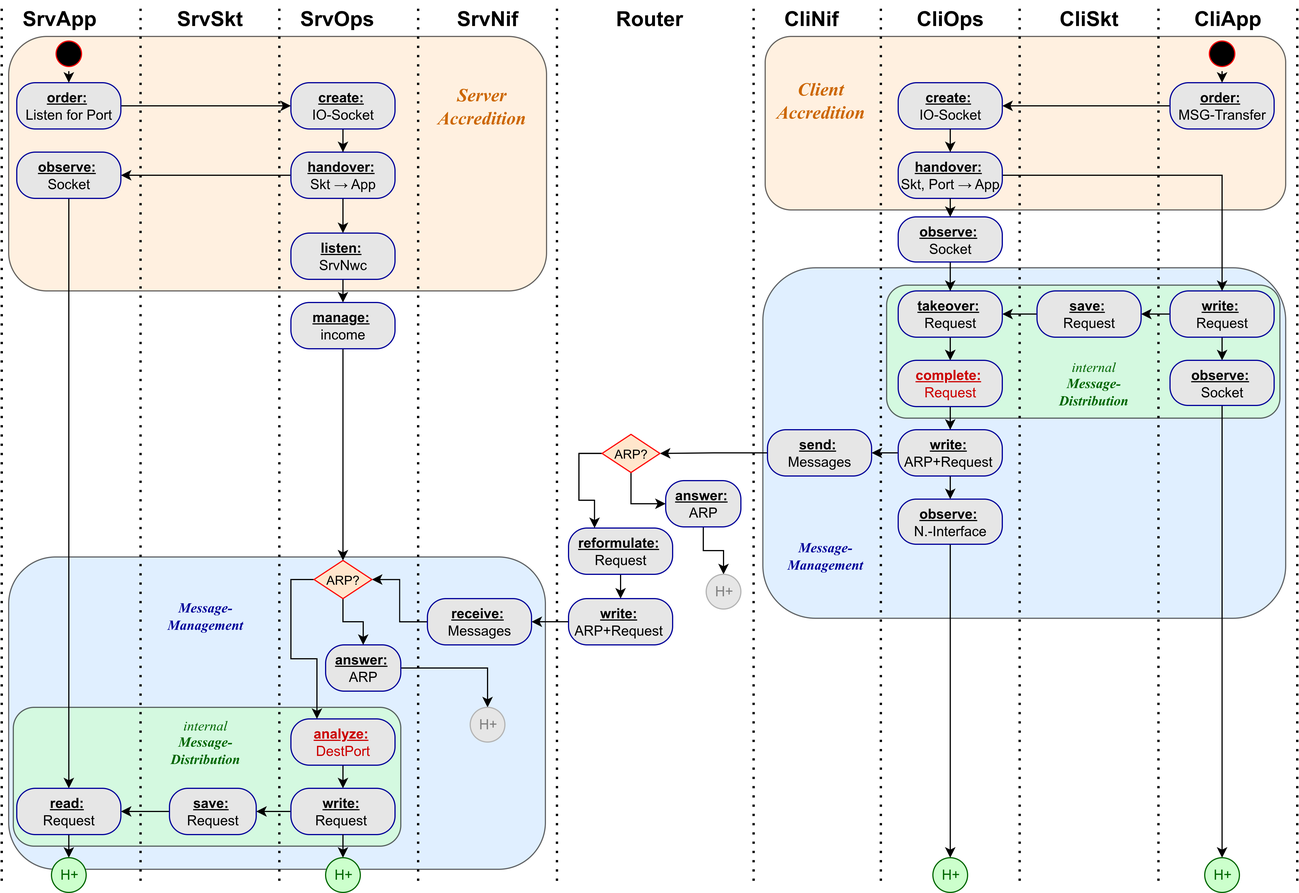
The draw.io diagram sources/lf.09/img.lf/ports-sockets-request-activity.png in protirone/protico.ltx, before a commit. Source tidied: cells renumbered, new cells last; positions are measured from the earlier drawing's top-left corner, leaving out a move shared by most shapes.
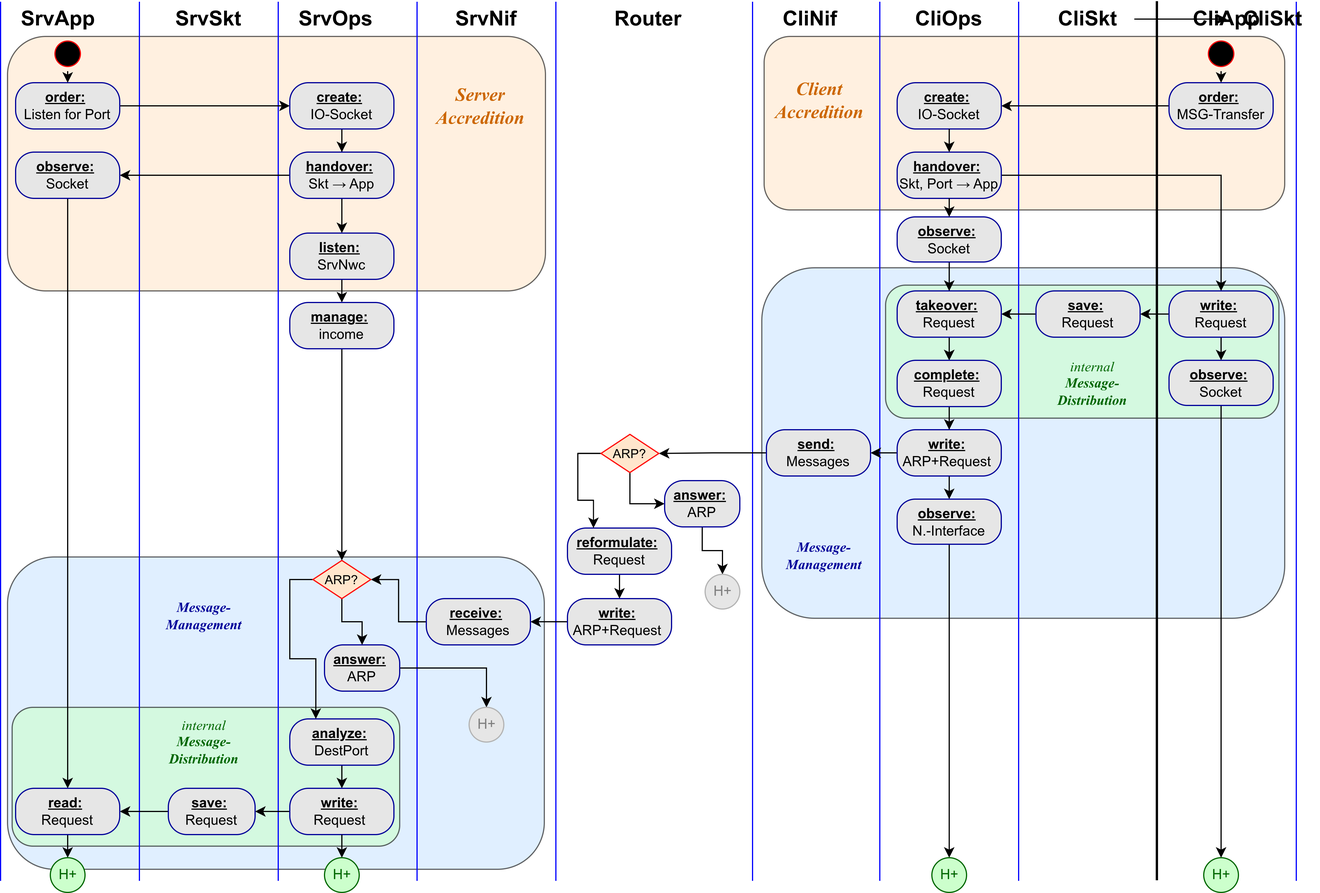
Above is the later version.

Change to the diagram source:
```diff
@@ -20,7 +20,7 @@
     <mxCell id="7" style="rounded=1;whiteSpace=wrap;html=1;fillColor=#FFE6CC;opacity=60;" parent="1" vertex="1">
       <mxGeometry x="6" y="30" width="465" height="220" as="geometry" />
     </mxCell>
-    <mxCell id="8" style="endArrow=none;dashed=1;html=1;dashPattern=1 3;strokeWidth=2;rounded=0;" parent="1" edge="1">
+    <mxCell id="8" style="endArrow=none;html=1;strokeWidth=1;rounded=0;strokeColor=#0000FF;" parent="1" edge="1">
       <mxGeometry relative="1" as="geometry">
         <mxPoint y="760" as="sourcePoint" />
         <mxPoint as="targetPoint" />
@@ -50,46 +50,49 @@
     <mxCell id="16" value="&lt;b&gt;&lt;font style=&quot;font-size: 18px;&quot;&gt;CliApp&lt;/font&gt;&lt;/b&gt;" style="text;html=1;align=center;verticalAlign=middle;whiteSpace=wrap;rounded=0;" parent="1" vertex="1">
       <mxGeometry x="1020" width="80" height="30" as="geometry" />
     </mxCell>
+    <mxCell id="111" style="edgeStyle=orthogonalEdgeStyle;rounded=0;jettySize=auto;html=1;" parent="1" edge="1" source="17" target="112">
+      <mxGeometry relative="1" as="geometry" />
+    </mxCell>
     <mxCell id="17" value="&lt;b&gt;&lt;font style=&quot;font-size: 18px;&quot;&gt;CliSkt&lt;/font&gt;&lt;/b&gt;" style="text;html=1;align=center;verticalAlign=middle;whiteSpace=wrap;rounded=0;" parent="1" vertex="1">
       <mxGeometry x="900" width="80" height="30" as="geometry" />
     </mxCell>
-    <mxCell id="18" style="endArrow=none;dashed=1;html=1;dashPattern=1 3;strokeWidth=2;rounded=0;" parent="1" edge="1">
+    <mxCell id="18" style="endArrow=none;html=1;strokeWidth=1;rounded=0;strokeColor=#0000FF;" parent="1" edge="1">
       <mxGeometry relative="1" as="geometry">
         <mxPoint x="120" y="760" as="sourcePoint" />
         <mxPoint x="120" as="targetPoint" />
       </mxGeometry>
     </mxCell>
-    <mxCell id="19" style="endArrow=none;dashed=1;html=1;dashPattern=1 3;strokeWidth=2;rounded=0;" parent="1" edge="1">
+    <mxCell id="19" style="endArrow=none;html=1;strokeWidth=1;rounded=0;strokeColor=#0000FF;" parent="1" edge="1">
       <mxGeometry relative="1" as="geometry">
         <mxPoint x="240" y="760" as="sourcePoint" />
         <mxPoint x="240" as="targetPoint" />
       </mxGeometry>
     </mxCell>
-    <mxCell id="20" style="endArrow=none;dashed=1;html=1;dashPattern=1 3;strokeWidth=2;rounded=0;" parent="1" edge="1">
+    <mxCell id="20" style="endArrow=none;html=1;strokeWidth=1;rounded=0;strokeColor=#0000FF;" parent="1" edge="1">
       <mxGeometry relative="1" as="geometry">
         <mxPoint x="360" y="760" as="sourcePoint" />
         <mxPoint x="360" as="targetPoint" />
       </mxGeometry>
     </mxCell>
-    <mxCell id="21" style="endArrow=none;dashed=1;html=1;dashPattern=1 3;strokeWidth=2;rounded=0;" parent="1" edge="1">
+    <mxCell id="21" style="endArrow=none;html=1;strokeWidth=1;rounded=0;strokeColor=#0000FF;" parent="1" edge="1">
       <mxGeometry relative="1" as="geometry">
         <mxPoint x="480" y="760" as="sourcePoint" />
         <mxPoint x="480" as="targetPoint" />
       </mxGeometry>
     </mxCell>
-    <mxCell id="22" style="endArrow=none;dashed=1;html=1;dashPattern=1 3;strokeWidth=2;rounded=0;" parent="1" edge="1">
+    <mxCell id="22" style="endArrow=none;html=1;strokeWidth=1;rounded=0;strokeColor=#0000FF;" parent="1" edge="1">
       <mxGeometry relative="1" as="geometry">
         <mxPoint x="650" y="760" as="sourcePoint" />
         <mxPoint x="650" as="targetPoint" />
       </mxGeometry>
     </mxCell>
-    <mxCell id="23" style="endArrow=none;dashed=1;html=1;dashPattern=1 3;strokeWidth=2;rounded=0;" parent="1" edge="1">
+    <mxCell id="23" style="endArrow=none;html=1;strokeWidth=1;rounded=0;strokeColor=#0000FF;" parent="1" edge="1">
       <mxGeometry relative="1" as="geometry">
         <mxPoint x="760" y="760" as="sourcePoint" />
         <mxPoint x="760" as="targetPoint" />
       </mxGeometry>
     </mxCell>
-    <mxCell id="24" style="endArrow=none;dashed=1;html=1;dashPattern=1 3;strokeWidth=2;rounded=0;" parent="1" edge="1">
+    <mxCell id="24" style="endArrow=none;html=1;strokeWidth=1;rounded=0;strokeColor=#0000FF;" parent="1" edge="1">
       <mxGeometry relative="1" as="geometry">
         <mxPoint x="880" y="760" as="sourcePoint" />
         <mxPoint x="880" as="targetPoint" />
@@ -98,13 +101,13 @@
     <mxCell id="25" style="edgeStyle=orthogonalEdgeStyle;rounded=0;orthogonalLoop=1;jettySize=auto;html=1;exitX=0.5;exitY=1;exitDx=0;exitDy=0;" parent="1" edge="1" source="16" target="16">
       <mxGeometry relative="1" as="geometry" />
     </mxCell>
-    <mxCell id="26" style="endArrow=none;dashed=1;html=1;dashPattern=1 3;strokeWidth=2;rounded=0;" parent="1" edge="1">
+    <mxCell id="26" style="endArrow=none;html=1;strokeWidth=2;rounded=0;" parent="1" edge="1">
       <mxGeometry relative="1" as="geometry">
         <mxPoint x="1000" y="760" as="sourcePoint" />
         <mxPoint x="1000" as="targetPoint" />
       </mxGeometry>
     </mxCell>
-    <mxCell id="27" style="endArrow=none;dashed=1;html=1;dashPattern=1 3;strokeWidth=2;rounded=0;" parent="1" edge="1">
+    <mxCell id="27" style="endArrow=none;html=1;strokeWidth=1;rounded=0;strokeColor=#0000FF;" parent="1" edge="1">
       <mxGeometry relative="1" as="geometry">
         <mxPoint x="1120" y="760" as="sourcePoint" />
         <mxPoint x="1120" as="targetPoint" />
@@ -185,7 +188,7 @@
     <mxCell id="52" style="edgeStyle=orthogonalEdgeStyle;rounded=0;jettySize=auto;html=1;exitX=0.5;exitY=1;exitDx=0;exitDy=0;" parent="1" edge="1" source="53" target="76">
       <mxGeometry relative="1" as="geometry" />
     </mxCell>
-    <mxCell id="53" value="&lt;font style=&quot;color: rgb(204, 0, 0);&quot;&gt;&lt;b&gt;&lt;u&gt;complete:&lt;/u&gt;&lt;/b&gt;&amp;nbsp;&lt;/font&gt;&lt;div&gt;&lt;font style=&quot;color: rgb(204, 0, 0);&quot;&gt;Request&lt;/font&gt;&lt;/div&gt;" style="rounded=1;whiteSpace=wrap;html=1;arcSize=40;fontColor=#000000;fillColor=#E6E6E6;strokeColor=#000099;" parent="1" vertex="1">
+    <mxCell id="53" value="&lt;b&gt;&lt;u&gt;complete:&lt;/u&gt;&lt;/b&gt;&amp;nbsp;&lt;div&gt;Request&lt;/div&gt;" style="rounded=1;whiteSpace=wrap;html=1;arcSize=40;fontColor=#000000;fillColor=#E6E6E6;strokeColor=#000099;" parent="1" vertex="1">
       <mxGeometry x="775" y="310" width="90" height="40" as="geometry" />
     </mxCell>
     <mxCell id="54" style="edgeStyle=orthogonalEdgeStyle;rounded=0;jettySize=auto;html=1;exitX=0;exitY=0.5;exitDx=0;exitDy=0;entryX=1;entryY=0.5;entryDx=0;entryDy=0;" parent="1" edge="1" source="55" target="91">
@@ -221,7 +224,7 @@
     <mxCell id="64" style="edgeStyle=orthogonalEdgeStyle;rounded=0;jettySize=auto;html=1;exitX=0.5;exitY=1;exitDx=0;exitDy=0;entryX=0.5;entryY=0;entryDx=0;entryDy=0;" parent="1" edge="1" source="65" target="67">
       <mxGeometry relative="1" as="geometry" />
     </mxCell>
-    <mxCell id="65" value="&lt;font style=&quot;color: rgb(204, 0, 0);&quot;&gt;&lt;b&gt;&lt;u&gt;analyze:&lt;/u&gt;&lt;/b&gt;&amp;nbsp;&lt;/font&gt;&lt;div&gt;&lt;font style=&quot;color: rgb(204, 0, 0);&quot;&gt;DestPort&lt;/font&gt;&lt;/div&gt;" style="rounded=1;whiteSpace=wrap;html=1;arcSize=40;fontColor=#000000;fillColor=#E6E6E6;strokeColor=#000099;" parent="1" vertex="1">
+    <mxCell id="65" value="&lt;b&gt;&lt;u&gt;analyze:&lt;/u&gt;&lt;/b&gt;&amp;nbsp;&lt;div&gt;DestPort&lt;/div&gt;" style="rounded=1;whiteSpace=wrap;html=1;arcSize=40;fontColor=#000000;fillColor=#E6E6E6;strokeColor=#000099;" parent="1" vertex="1">
       <mxGeometry x="250" y="620" width="90" height="40" as="geometry" />
     </mxCell>
     <mxCell id="66" style="edgeStyle=orthogonalEdgeStyle;rounded=0;jettySize=auto;html=1;exitX=0;exitY=0.5;exitDx=0;exitDy=0;entryX=1;entryY=0.5;entryDx=0;entryDy=0;" parent="1" edge="1" source="67" target="69">
@@ -361,5 +364,8 @@
     <mxCell id="110" value="&lt;font style=&quot;color: rgb(0, 102, 0);&quot;&gt;H+&lt;/font&gt;" style="ellipse;html=1;direction=south;strokeColor=#006600;fillColor=#CCFFCC;" parent="1" vertex="1">
       <mxGeometry x="1040" y="740" width="30" height="30" as="geometry" />
     </mxCell>
+    <mxCell id="112" value="&lt;b&gt;&lt;font style=&quot;font-size: 18px;&quot;&gt;CliSkt&lt;/font&gt;&lt;/b&gt;" style="text;html=1;align=center;verticalAlign=middle;whiteSpace=wrap;rounded=0;" parent="1" vertex="1">
+      <mxGeometry x="1060" width="80" height="30" as="geometry" />
+    </mxCell>
   </root>
 </mxGraphModel>
```
